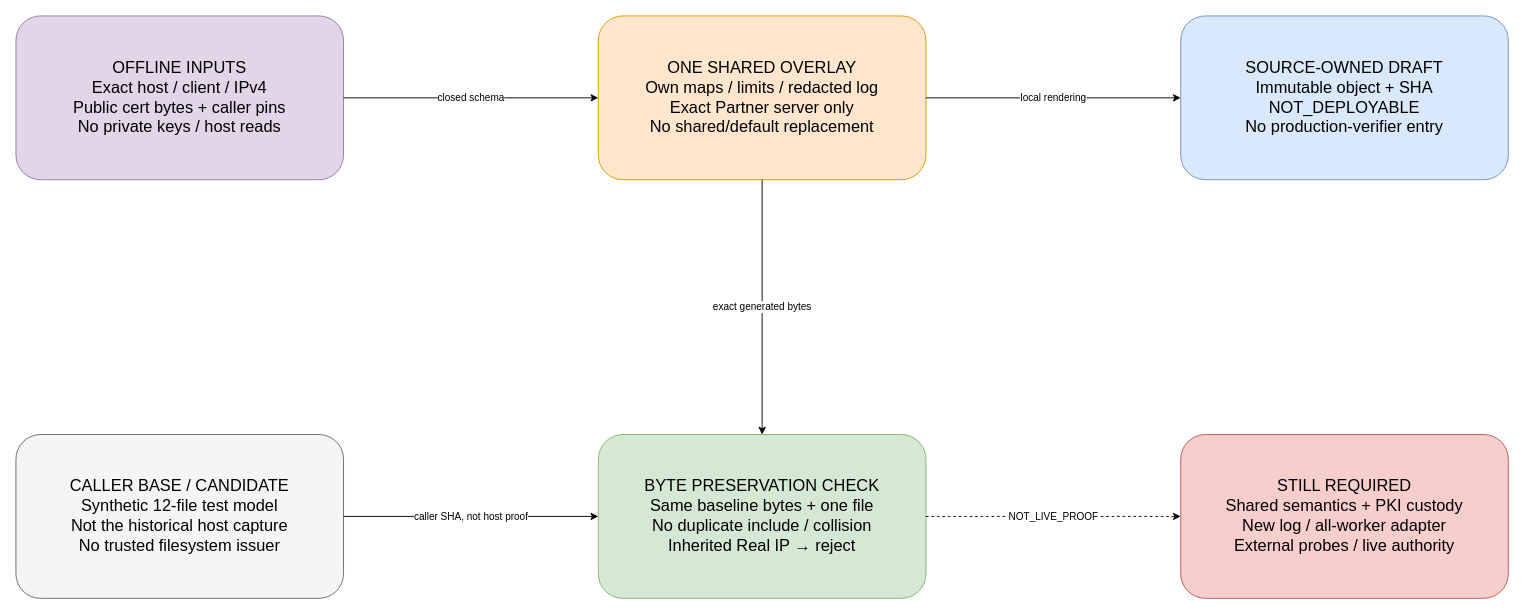
The draw.io diagram page "Shared overlay local preparation" (14 of 15) of docs/assets/partner-game-membership-ingress-evidence.drawio in Z6v6e6r/lk, before the edit. Source tidied: cells renumbered, new cells numbered last; positions are measured from the earlier drawing's top-left corner, leaving out a move shared by most shapes. Both pictures are drawn from the tidied source at 91%, with x=0, y=0 at pixel (15, 15).
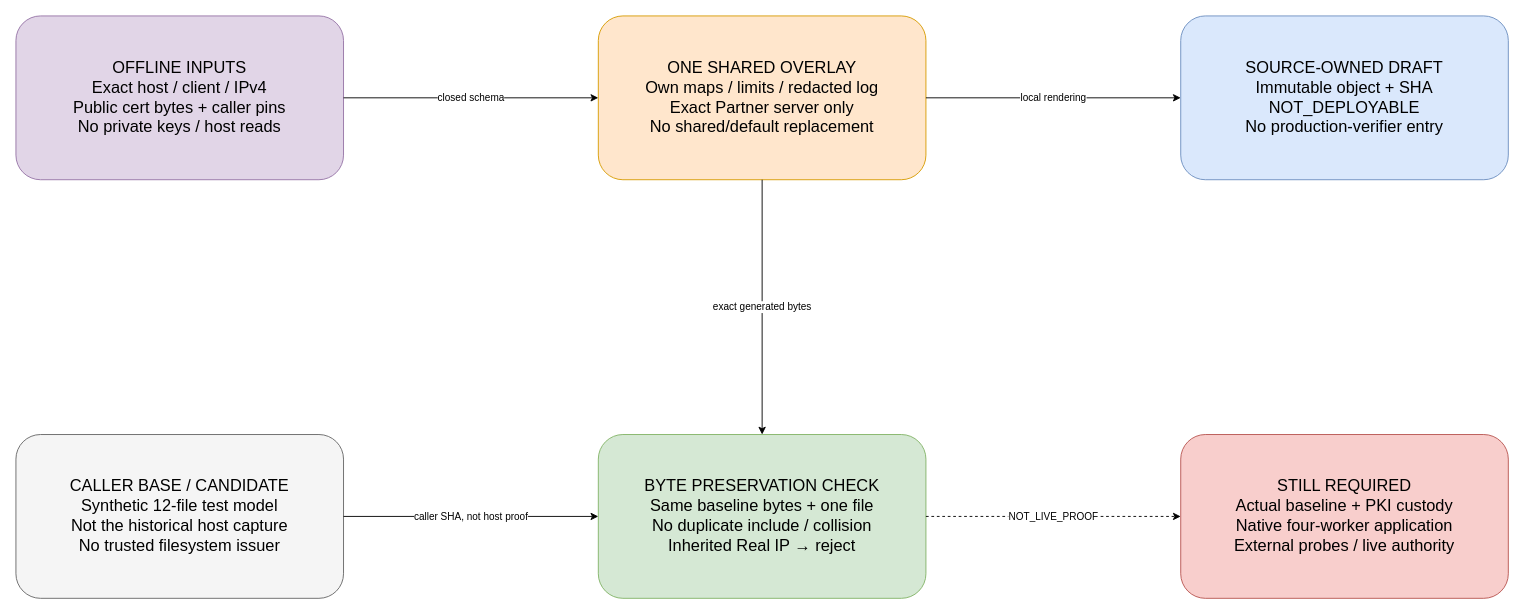
After the change.

Diff of the diagram source:
```diff
@@
 <mxGraphModel>
   <root>
     <mxCell id="0" />
     <mxCell id="1" parent="0" />
     <mxCell id="2" value="OFFLINE INPUTS&#10;Exact host / client / IPv4&#10;Public cert bytes + caller pins&#10;No private keys / host reads" style="rounded=1;whiteSpace=wrap;html=1;fillColor=#e1d5e7;strokeColor=#9673a6;fontSize=18;spacing=14;" parent="1" vertex="1">
       <mxGeometry width="360" height="180" as="geometry" />
     </mxCell>
     <mxCell id="3" value="ONE SHARED OVERLAY&#10;Own maps / limits / redacted log&#10;Exact Partner server only&#10;No shared/default replacement" style="rounded=1;whiteSpace=wrap;html=1;fillColor=#ffe6cc;strokeColor=#d79b00;fontSize=18;spacing=14;" parent="1" vertex="1">
       <mxGeometry x="640" width="360" height="180" as="geometry" />
     </mxCell>
     <mxCell id="4" value="SOURCE-OWNED DRAFT&#10;Immutable object + SHA&#10;NOT_DEPLOYABLE&#10;No production-verifier entry" style="rounded=1;whiteSpace=wrap;html=1;fillColor=#dae8fc;strokeColor=#6c8ebf;fontSize=18;spacing=14;" parent="1" vertex="1">
       <mxGeometry x="1280" width="360" height="180" as="geometry" />
     </mxCell>
     <mxCell id="5" value="CALLER BASE / CANDIDATE&#10;Synthetic 12-file test model&#10;Not the historical host capture&#10;No trusted filesystem issuer" style="rounded=1;whiteSpace=wrap;html=1;fillColor=#f5f5f5;strokeColor=#666666;fontSize=18;spacing=14;" parent="1" vertex="1">
       <mxGeometry y="460" width="360" height="180" as="geometry" />
     </mxCell>
     <mxCell id="6" value="BYTE PRESERVATION CHECK&#10;Same baseline bytes + one file&#10;No duplicate include / collision&#10;Inherited Real IP → reject" style="rounded=1;whiteSpace=wrap;html=1;fillColor=#d5e8d4;strokeColor=#82b366;fontSize=18;spacing=14;" parent="1" vertex="1">
       <mxGeometry x="640" y="460" width="360" height="180" as="geometry" />
     </mxCell>
-    <mxCell id="7" value="STILL REQUIRED&#10;Shared semantics + PKI custody&#10;New log / all-worker adapter&#10;External probes / live authority" style="rounded=1;whiteSpace=wrap;html=1;fillColor=#f8cecc;strokeColor=#b85450;fontSize=18;spacing=14;" parent="1" vertex="1">
+    <mxCell id="7" value="STILL REQUIRED&#10;Actual baseline + PKI custody&#10;Native four-worker application&#10;External probes / live authority" style="rounded=1;whiteSpace=wrap;html=1;fillColor=#f8cecc;strokeColor=#b85450;fontSize=18;spacing=14;" parent="1" vertex="1">
       <mxGeometry x="1280" y="460" width="360" height="180" as="geometry" />
     </mxCell>
     <mxCell id="8" value="closed schema" style="edgeStyle=orthogonalEdgeStyle;rounded=1;jettySize=auto;html=1;exitX=1;exitY=0.5;entryX=0;entryY=0.5;" parent="1" edge="1" source="2" target="3">
       <mxGeometry relative="1" as="geometry" />
     </mxCell>
     <mxCell id="9" value="local rendering" style="edgeStyle=orthogonalEdgeStyle;rounded=1;jettySize=auto;html=1;exitX=1;exitY=0.5;entryX=0;entryY=0.5;" parent="1" edge="1" source="3" target="4">
       <mxGeometry relative="1" as="geometry" />
     </mxCell>
     <mxCell id="10" value="exact generated bytes" style="edgeStyle=orthogonalEdgeStyle;rounded=1;jettySize=auto;html=1;exitX=0.5;exitY=1;entryX=0.5;entryY=0;" parent="1" edge="1" source="3" target="6">
       <mxGeometry relative="1" as="geometry" />
     </mxCell>
     <mxCell id="11" value="caller SHA, not host proof" style="edgeStyle=orthogonalEdgeStyle;rounded=1;jettySize=auto;html=1;exitX=1;exitY=0.5;entryX=0;entryY=0.5;" parent="1" edge="1" source="5" target="6">
       <mxGeometry relative="1" as="geometry" />
     </mxCell>
     <mxCell id="12" value="NOT_LIVE_PROOF" style="edgeStyle=orthogonalEdgeStyle;rounded=1;jettySize=auto;html=1;dashed=1;exitX=1;exitY=0.5;entryX=0;entryY=0.5;" parent="1" edge="1" source="6" target="7">
       <mxGeometry relative="1" as="geometry" />
     </mxCell>
   </root>
 </mxGraphModel>
```
